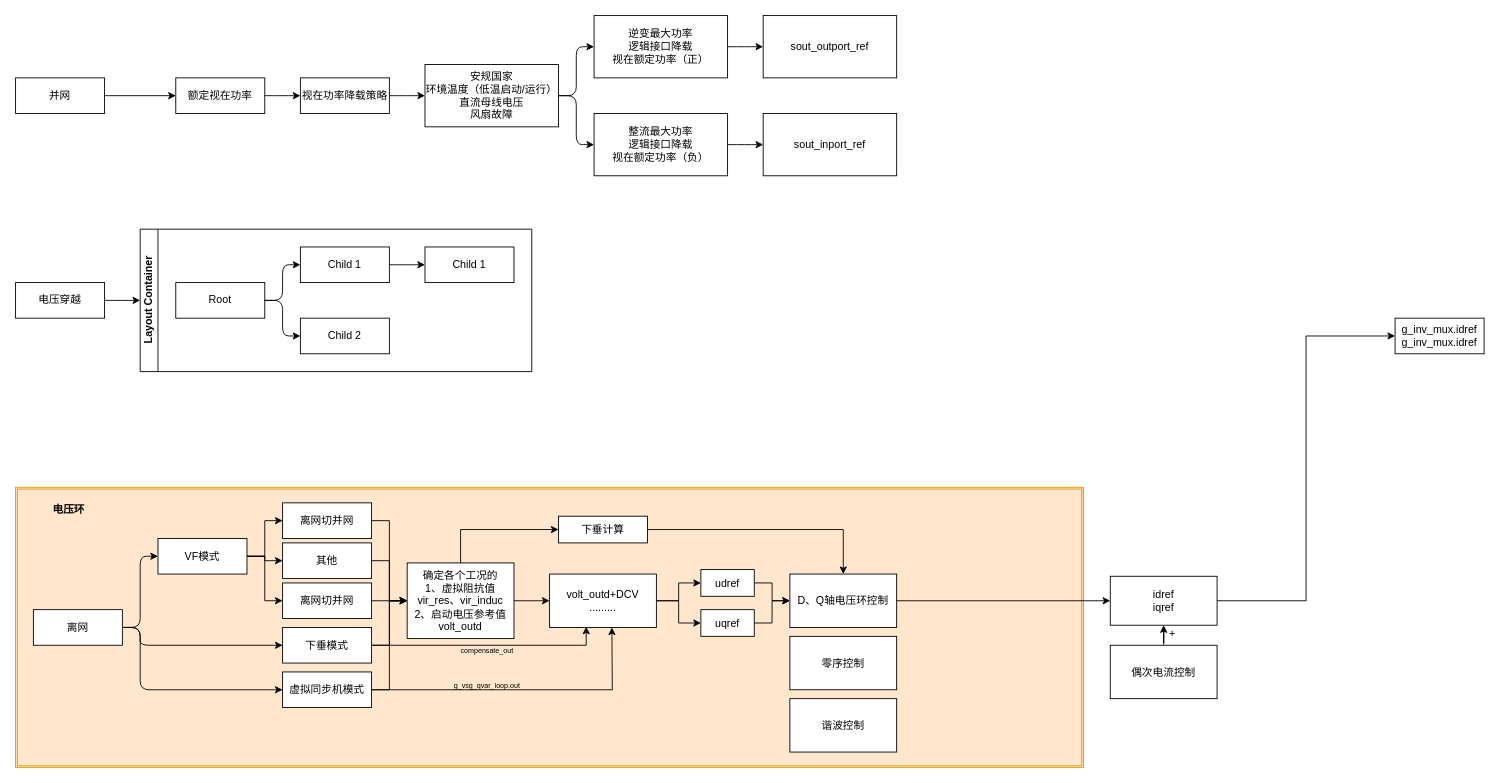
This is 未命名绘图.drawio from adss666/awesome-guitar, a draw.io file, before an edit. Source tidied: cells renumbered, new cells numbered last; positions are measured from the earlier drawing's top-left corner, leaving out a move shared by most shapes. Both pictures are drawn from the tidied source at 89%, with x=0, y=0 at pixel (15, 15).
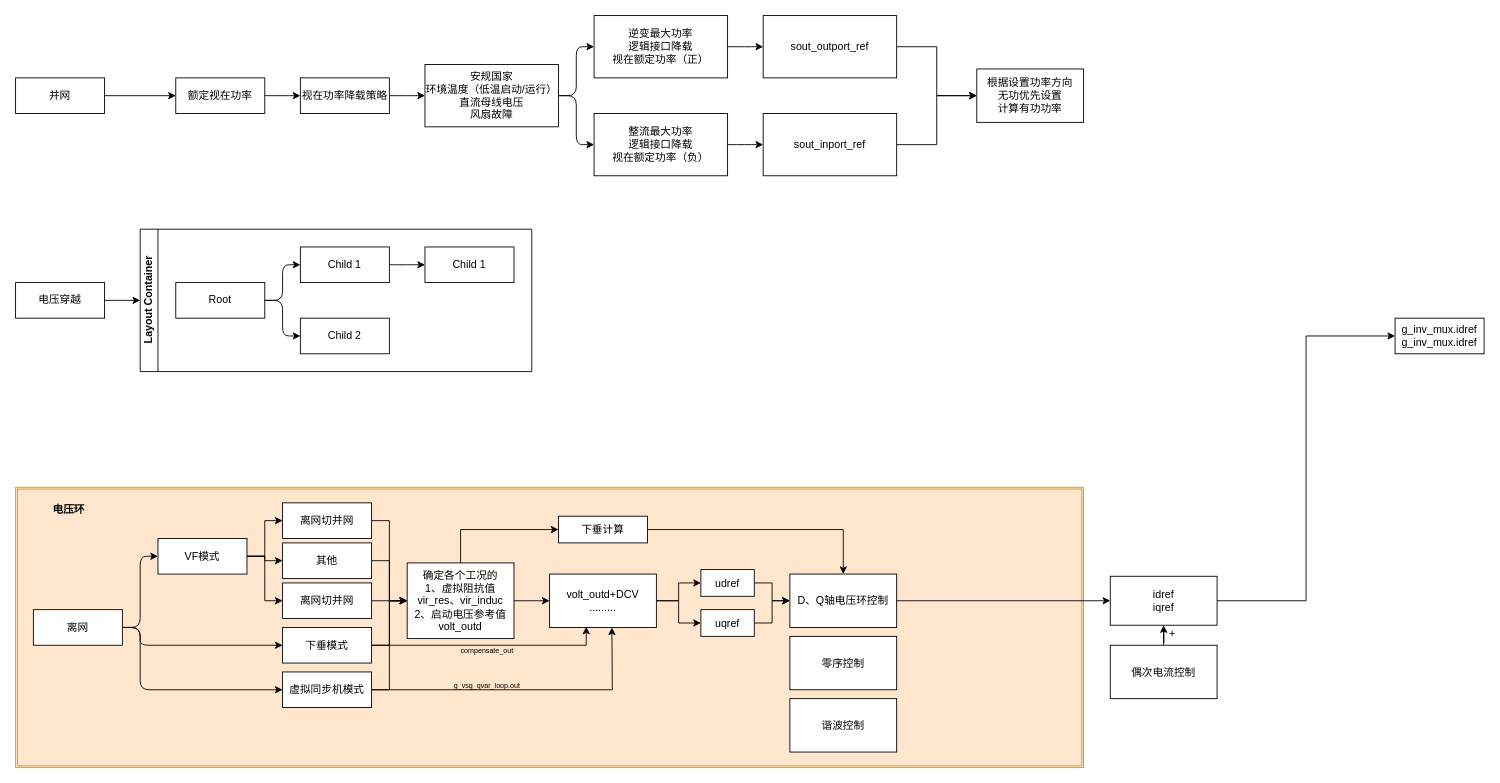
Above is the later version.

Commit message:
更新未命名绘图.drawio

The change refers to these unchanged cells:
```xml
<mxCell id="71" value="sout_outport_ref" style="whiteSpace=wrap;html=1;" parent="1" vertex="1">
  <mxGeometry x="840" width="150" height="70" as="geometry" />
</mxCell>
<mxCell id="73" value="sout_inport_ref" style="whiteSpace=wrap;html=1;" parent="1" vertex="1">
  <mxGeometry x="840" y="110" width="150" height="70" as="geometry" />
</mxCell>
```

What changed in the source:
```diff
@@
+    <mxCell id="74" style="edgeStyle=orthogonalEdgeStyle;rounded=0;jettySize=auto;html=1;defaultLabelBackgroundColor=page;labelPadding=0 4;entryX=0;entryY=0.5;entryDx=0;entryDy=0;" parent="1" edge="1" source="71" target="76">
+      <mxGeometry relative="1" as="geometry" />
+    </mxCell>
@@
+    <mxCell id="75" style="edgeStyle=orthogonalEdgeStyle;rounded=0;jettySize=auto;html=1;entryX=0;entryY=0.5;entryDx=0;entryDy=0;defaultLabelBackgroundColor=page;labelPadding=0 4;" parent="1" edge="1" source="73" target="76">
+      <mxGeometry relative="1" as="geometry" />
+    </mxCell>
@@
+    <mxCell id="76" value="根据设置功率方向&lt;div&gt;无功优先设置&lt;/div&gt;&lt;div&gt;&lt;span style=&quot;background-color: transparent; color: light-dark(#000000, var(--ge-light-color, #ffffff));&quot;&gt;计算&lt;/span&gt;有功功率&lt;/div&gt;" style="whiteSpace=wrap;html=1;" parent="1" vertex="1">
+      <mxGeometry x="1080" y="60" width="120" height="60" as="geometry" />
+    </mxCell>
```
